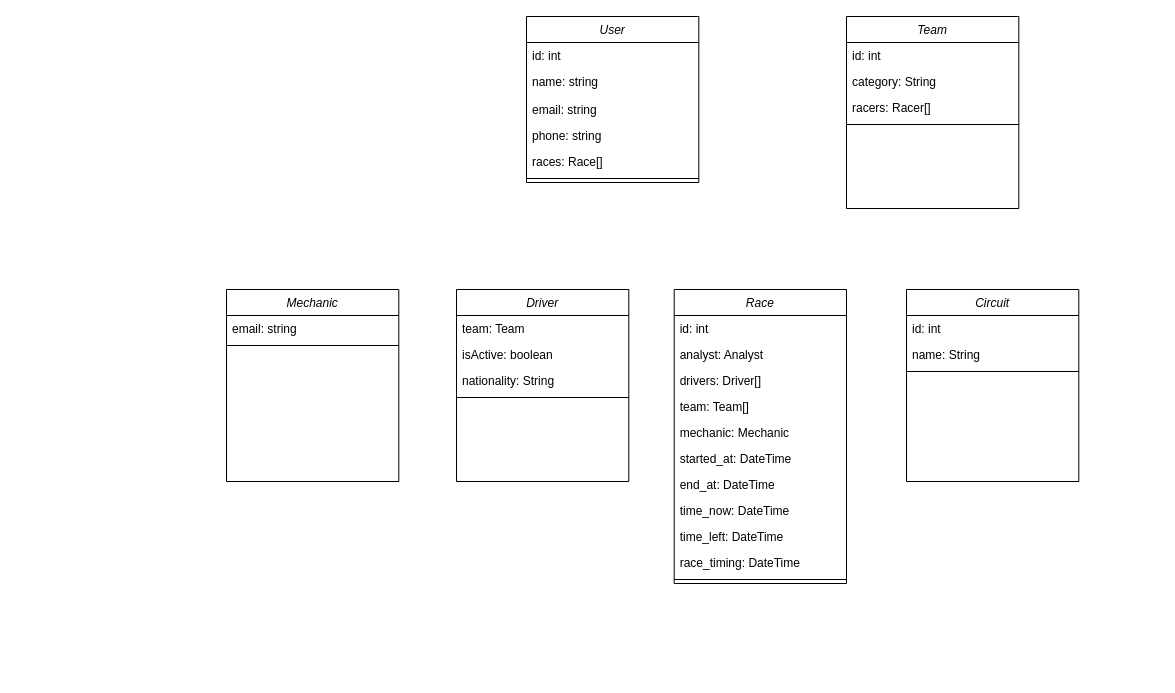
Before: Diagrama-classes-race-engineering.drawio in joeyclapton/puc, a draw.io diagram. Source tidied: cells renumbered, new cells numbered last; positions are measured from the earlier drawing's top-left corner, leaving out a move shared by most shapes. Both pictures are drawn from the tidied source at 100%, with x=0, y=0 at pixel (226, 16).
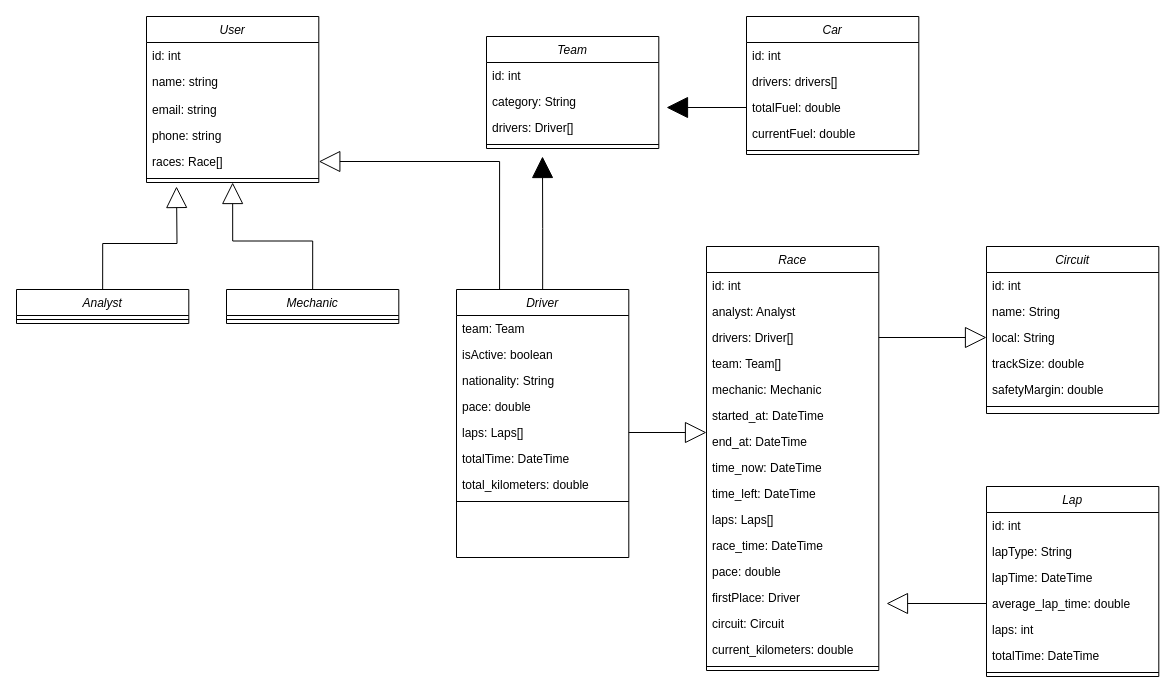
After the change.

The change refers to these unchanged cells:
```xml
<mxCell id="7" value="races: Race[]" style="text;align=left;verticalAlign=top;spacingLeft=4;spacingRight=4;overflow=hidden;points=[[0,0.5],[1,0.5]];portConstraint=eastwest;rounded=0;shadow=0;html=0;" parent="2" vertex="1">
  <mxGeometry y="132" width="172.3" height="26" as="geometry" />
</mxCell>
<mxCell id="20" value="drivers: Driver[]&#10;&#10;" style="text;align=left;verticalAlign=top;spacingLeft=4;spacingRight=4;overflow=hidden;points=[[0,0.5],[1,0.5]];portConstraint=eastwest;rounded=0;shadow=0;html=0;" parent="17" vertex="1">
  <mxGeometry y="78" width="172.3" height="26" as="geometry" />
</mxCell>
<mxCell id="24" value="end_at: DateTime&#10;&#10;" style="text;align=left;verticalAlign=top;spacingLeft=4;spacingRight=4;overflow=hidden;points=[[0,0.5],[1,0.5]];portConstraint=eastwest;rounded=0;shadow=0;html=0;" parent="17" vertex="1">
  <mxGeometry y="182" width="172.3" height="26" as="geometry" />
</mxCell>
```

Diff of the diagram source:
```diff
@@
     <mxCell id="2" value="User" style="swimlane;fontStyle=2;align=center;verticalAlign=top;horizontal=1;startSize=26;rounded=0;shadow=0;strokeWidth=1;" parent="1" vertex="1">
-      <mxGeometry x="300" width="172.3" height="166" as="geometry" />
+      <mxGeometry x="-80" width="172.3" height="166" as="geometry" />
     </mxCell>
@@
+    <mxCell id="38" style="edgeStyle=orthogonalEdgeStyle;rounded=0;jettySize=auto;html=1;exitX=0.5;exitY=0;exitDx=0;exitDy=0;entryX=0.5;entryY=1;entryDx=0;entryDy=0;endArrow=block;endFill=0;endSize=19;" parent="1" edge="1" source="9" target="2">
+      <mxGeometry relative="1" as="geometry" />
+    </mxCell>
     <mxCell id="9" value="Mechanic" style="swimlane;fontStyle=2;align=center;verticalAlign=top;horizontal=1;startSize=26;rounded=0;shadow=0;strokeWidth=1;" parent="1" vertex="1">
-      <mxGeometry y="273" width="172.3" height="192" as="geometry" />
+      <mxGeometry y="273" width="172.3" height="34" as="geometry" />
     </mxCell>
-    <mxCell id="10" value="email: string" style="text;align=left;verticalAlign=top;spacingLeft=4;spacingRight=4;overflow=hidden;rounded=0;shadow=0;html=0;" parent="9" vertex="1">
-      <mxGeometry y="26" width="172.3" height="26" as="geometry" />
-    </mxCell>
     <mxCell id="11" style="line;html=1;strokeWidth=1;align=left;verticalAlign=middle;spacingTop=-1;spacingLeft=3;spacingRight=3;labelPosition=right;" parent="9" vertex="1">
-      <mxGeometry y="52" width="172.3" height="8" as="geometry" />
+      <mxGeometry y="26" width="172.3" height="8" as="geometry" />
     </mxCell>
+    <mxCell id="39" style="edgeStyle=orthogonalEdgeStyle;rounded=0;jettySize=auto;html=1;exitX=0.5;exitY=0;exitDx=0;exitDy=0;endArrow=block;endFill=1;endSize=19;" parent="1" edge="1" source="12">
+      <mxGeometry relative="1" as="geometry">
+        <mxPoint x="316" y="140" as="targetPoint" />
+      </mxGeometry>
+    </mxCell>
+    <mxCell id="40" style="edgeStyle=orthogonalEdgeStyle;rounded=0;jettySize=auto;html=1;exitX=0.25;exitY=0;exitDx=0;exitDy=0;entryX=1;entryY=0.5;entryDx=0;entryDy=0;endArrow=block;endFill=0;endSize=19;" parent="1" edge="1" source="12" target="7">
+      <mxGeometry relative="1" as="geometry" />
+    </mxCell>
     <mxCell id="12" value="Driver" style="swimlane;fontStyle=2;align=center;verticalAlign=top;horizontal=1;startSize=26;rounded=0;shadow=0;strokeWidth=1;" parent="1" vertex="1">
-      <mxGeometry x="230" y="273" width="172.3" height="192" as="geometry" />
+      <mxGeometry x="230" y="273" width="172.3" height="268" as="geometry" />
     </mxCell>
@@
+    <mxCell id="41" value="pace: double" style="text;align=left;verticalAlign=top;spacingLeft=4;spacingRight=4;overflow=hidden;rounded=0;shadow=0;html=0;" parent="12" vertex="1">
+      <mxGeometry y="104" width="172.3" height="26" as="geometry" />
+    </mxCell>
+    <mxCell id="42" value="laps: Laps[]" style="text;align=left;verticalAlign=top;spacingLeft=4;spacingRight=4;overflow=hidden;points=[[0,0.5],[1,0.5]];portConstraint=eastwest;rounded=0;shadow=0;html=0;" parent="12" vertex="1">
+      <mxGeometry y="130" width="172.3" height="26" as="geometry" />
+    </mxCell>
+    <mxCell id="43" value="totalTime: DateTime" style="text;align=left;verticalAlign=top;spacingLeft=4;spacingRight=4;overflow=hidden;rounded=0;shadow=0;html=0;" parent="12" vertex="1">
+      <mxGeometry y="156" width="172.3" height="26" as="geometry" />
+    </mxCell>
+    <mxCell id="44" value="total_kilometers: double" style="text;align=left;verticalAlign=top;spacingLeft=4;spacingRight=4;overflow=hidden;rounded=0;shadow=0;html=0;" parent="12" vertex="1">
+      <mxGeometry y="182" width="172.3" height="26" as="geometry" />
+    </mxCell>
     <mxCell id="16" style="line;html=1;strokeWidth=1;align=left;verticalAlign=middle;spacingTop=-1;spacingLeft=3;spacingRight=3;labelPosition=right;" parent="12" vertex="1">
-      <mxGeometry y="104" width="172.3" height="8" as="geometry" />
+      <mxGeometry y="208" width="172.3" height="8" as="geometry" />
     </mxCell>
     <mxCell id="17" value="Race" style="swimlane;fontStyle=2;align=center;verticalAlign=top;horizontal=1;startSize=26;rounded=0;shadow=0;strokeWidth=1;" parent="1" vertex="1">
-      <mxGeometry x="447.7" y="273" width="172.3" height="294" as="geometry" />
+      <mxGeometry x="480" y="230" width="172.3" height="424" as="geometry" />
     </mxCell>
@@
+    <mxCell id="45" value="laps: Laps[]&#10;" style="text;align=left;verticalAlign=top;spacingLeft=4;spacingRight=4;overflow=hidden;rounded=0;shadow=0;html=0;" parent="17" vertex="1">
+      <mxGeometry y="260" width="172.3" height="26" as="geometry" />
+    </mxCell>
-    <mxCell id="27" value="race_timing: DateTime&#10;&#10;" style="text;align=left;verticalAlign=top;spacingLeft=4;spacingRight=4;overflow=hidden;rounded=0;shadow=0;html=0;" parent="17" vertex="1">
-      <mxGeometry y="260" width="172.3" height="26" as="geometry" />
+    <mxCell id="27" value="race_time: DateTime&#10;&#10;" style="text;align=left;verticalAlign=top;spacingLeft=4;spacingRight=4;overflow=hidden;rounded=0;shadow=0;html=0;" parent="17" vertex="1">
+      <mxGeometry y="286" width="172.3" height="26" as="geometry" />
     </mxCell>
+    <mxCell id="46" value="pace: double" style="text;align=left;verticalAlign=top;spacingLeft=4;spacingRight=4;overflow=hidden;rounded=0;shadow=0;html=0;" parent="17" vertex="1">
+      <mxGeometry y="312" width="172.3" height="26" as="geometry" />
+    </mxCell>
+    <mxCell id="47" value="firstPlace: Driver" style="text;align=left;verticalAlign=top;spacingLeft=4;spacingRight=4;overflow=hidden;rounded=0;shadow=0;html=0;" parent="17" vertex="1">
+      <mxGeometry y="338" width="172.3" height="26" as="geometry" />
+    </mxCell>
+    <mxCell id="48" value="circuit: Circuit" style="text;align=left;verticalAlign=top;spacingLeft=4;spacingRight=4;overflow=hidden;rounded=0;shadow=0;html=0;" parent="17" vertex="1">
+      <mxGeometry y="364" width="172.3" height="26" as="geometry" />
+    </mxCell>
+    <mxCell id="49" value="current_kilometers: double" style="text;align=left;verticalAlign=top;spacingLeft=4;spacingRight=4;overflow=hidden;rounded=0;shadow=0;html=0;" parent="17" vertex="1">
+      <mxGeometry y="390" width="172.3" height="26" as="geometry" />
+    </mxCell>
     <mxCell id="28" style="line;html=1;strokeWidth=1;align=left;verticalAlign=middle;spacingTop=-1;spacingLeft=3;spacingRight=3;labelPosition=right;" parent="17" vertex="1">
-      <mxGeometry y="286" width="172.3" height="8" as="geometry" />
+      <mxGeometry y="416" width="172.3" height="8" as="geometry" />
     </mxCell>
     <mxCell id="29" value="Team" style="swimlane;fontStyle=2;align=center;verticalAlign=top;horizontal=1;startSize=26;rounded=0;shadow=0;strokeWidth=1;" parent="1" vertex="1">
-      <mxGeometry x="620" width="172.3" height="192" as="geometry" />
+      <mxGeometry x="260" y="20" width="172.3" height="112" as="geometry" />
     </mxCell>
@@
-    <mxCell id="32" value="racers: Racer[]&#10;" style="text;align=left;verticalAlign=top;spacingLeft=4;spacingRight=4;overflow=hidden;rounded=0;shadow=0;html=0;" parent="29" vertex="1">
+    <mxCell id="32" value="drivers: Driver[]&#10;" style="text;align=left;verticalAlign=top;spacingLeft=4;spacingRight=4;overflow=hidden;rounded=0;shadow=0;html=0;" parent="29" vertex="1">
       <mxGeometry y="78" width="172.3" height="26" as="geometry" />
     </mxCell>
@@
+    <mxCell id="50" value="Car" style="swimlane;fontStyle=2;align=center;verticalAlign=top;horizontal=1;startSize=26;rounded=0;shadow=0;strokeWidth=1;" parent="1" vertex="1">
+      <mxGeometry x="520" width="172.3" height="138" as="geometry" />
+    </mxCell>
+    <mxCell id="51" value="id: int&#10;" style="text;align=left;verticalAlign=top;spacingLeft=4;spacingRight=4;overflow=hidden;rounded=0;shadow=0;html=0;" parent="50" vertex="1">
+      <mxGeometry y="26" width="172.3" height="26" as="geometry" />
+    </mxCell>
+    <mxCell id="52" value="drivers: drivers[]&#10;" style="text;align=left;verticalAlign=top;spacingLeft=4;spacingRight=4;overflow=hidden;rounded=0;shadow=0;html=0;" parent="50" vertex="1">
+      <mxGeometry y="52" width="172.3" height="26" as="geometry" />
+    </mxCell>
+    <mxCell id="53" style="edgeStyle=orthogonalEdgeStyle;rounded=0;jettySize=auto;html=1;exitX=0;exitY=0.5;exitDx=0;exitDy=0;endArrow=block;endFill=1;endSize=19;" parent="50" edge="1" source="54">
+      <mxGeometry relative="1" as="geometry">
+        <mxPoint x="-80" y="91" as="targetPoint" />
+      </mxGeometry>
+    </mxCell>
+    <mxCell id="54" value="totalFuel: double&#10;" style="text;align=left;verticalAlign=top;spacingLeft=4;spacingRight=4;overflow=hidden;points=[[0,0.5],[1,0.5]];portConstraint=eastwest;rounded=0;shadow=0;html=0;" parent="50" vertex="1">
+      <mxGeometry y="78" width="172.3" height="26" as="geometry" />
+    </mxCell>
+    <mxCell id="55" value="currentFuel: double&#10;" style="text;align=left;verticalAlign=top;spacingLeft=4;spacingRight=4;overflow=hidden;rounded=0;shadow=0;html=0;" parent="50" vertex="1">
+      <mxGeometry y="104" width="172.3" height="26" as="geometry" />
+    </mxCell>
+    <mxCell id="56" style="line;html=1;strokeWidth=1;align=left;verticalAlign=middle;spacingTop=-1;spacingLeft=3;spacingRight=3;labelPosition=right;" parent="50" vertex="1">
+      <mxGeometry y="130" width="172.3" height="8" as="geometry" />
+    </mxCell>
     <mxCell id="34" value="Circuit" style="swimlane;fontStyle=2;align=center;verticalAlign=top;horizontal=1;startSize=26;rounded=0;shadow=0;strokeWidth=1;" parent="1" vertex="1">
-      <mxGeometry x="680" y="273" width="172.3" height="192" as="geometry" />
+      <mxGeometry x="760" y="230" width="172.3" height="167" as="geometry" />
     </mxCell>
@@
+    <mxCell id="57" value="local: String&#10;" style="text;align=left;verticalAlign=top;spacingLeft=4;spacingRight=4;overflow=hidden;points=[[0,0.5],[1,0.5]];portConstraint=eastwest;rounded=0;shadow=0;html=0;" parent="34" vertex="1">
+      <mxGeometry y="78" width="172.3" height="26" as="geometry" />
+    </mxCell>
+    <mxCell id="58" value="trackSize: double&#10;" style="text;align=left;verticalAlign=top;spacingLeft=4;spacingRight=4;overflow=hidden;rounded=0;shadow=0;html=0;" parent="34" vertex="1">
+      <mxGeometry y="104" width="172.3" height="26" as="geometry" />
+    </mxCell>
+    <mxCell id="59" value="safetyMargin: double&#10;" style="text;align=left;verticalAlign=top;spacingLeft=4;spacingRight=4;overflow=hidden;rounded=0;shadow=0;html=0;" parent="34" vertex="1">
+      <mxGeometry y="130" width="172.3" height="26" as="geometry" />
+    </mxCell>
     <mxCell id="37" style="line;html=1;strokeWidth=1;align=left;verticalAlign=middle;spacingTop=-1;spacingLeft=3;spacingRight=3;labelPosition=right;" parent="34" vertex="1">
-      <mxGeometry y="78" width="172.3" height="8" as="geometry" />
+      <mxGeometry y="156" width="172.3" height="8" as="geometry" />
     </mxCell>
+    <mxCell id="60" style="edgeStyle=orthogonalEdgeStyle;rounded=0;jettySize=auto;html=1;exitX=0.5;exitY=0;exitDx=0;exitDy=0;endArrow=block;endFill=0;endSize=19;" parent="1" edge="1" source="61">
+      <mxGeometry relative="1" as="geometry">
+        <mxPoint x="-50" y="170" as="targetPoint" />
+      </mxGeometry>
+    </mxCell>
+    <mxCell id="61" value="Analyst" style="swimlane;fontStyle=2;align=center;verticalAlign=top;horizontal=1;startSize=26;rounded=0;shadow=0;strokeWidth=1;" parent="1" vertex="1">
+      <mxGeometry x="-210" y="273" width="172.3" height="34" as="geometry" />
+    </mxCell>
+    <mxCell id="62" style="line;html=1;strokeWidth=1;align=left;verticalAlign=middle;spacingTop=-1;spacingLeft=3;spacingRight=3;labelPosition=right;" parent="61" vertex="1">
+      <mxGeometry y="26" width="172.3" height="8" as="geometry" />
+    </mxCell>
+    <mxCell id="63" value="Lap" style="swimlane;fontStyle=2;align=center;verticalAlign=top;horizontal=1;startSize=26;rounded=0;shadow=0;strokeWidth=1;" parent="1" vertex="1">
+      <mxGeometry x="760" y="470" width="172.3" height="190" as="geometry" />
+    </mxCell>
+    <mxCell id="64" value="id: int&#10;" style="text;align=left;verticalAlign=top;spacingLeft=4;spacingRight=4;overflow=hidden;rounded=0;shadow=0;html=0;" parent="63" vertex="1">
+      <mxGeometry y="26" width="172.3" height="26" as="geometry" />
+    </mxCell>
+    <mxCell id="65" value="lapType: String&#10;" style="text;align=left;verticalAlign=top;spacingLeft=4;spacingRight=4;overflow=hidden;rounded=0;shadow=0;html=0;" parent="63" vertex="1">
+      <mxGeometry y="52" width="172.3" height="26" as="geometry" />
+    </mxCell>
+    <mxCell id="66" value="lapTime: DateTime&#10;" style="text;align=left;verticalAlign=top;spacingLeft=4;spacingRight=4;overflow=hidden;rounded=0;shadow=0;html=0;" parent="63" vertex="1">
+      <mxGeometry y="78" width="172.3" height="26" as="geometry" />
+    </mxCell>
+    <mxCell id="67" style="edgeStyle=orthogonalEdgeStyle;rounded=0;jettySize=auto;html=1;exitX=0;exitY=0.5;exitDx=0;exitDy=0;endArrow=block;endFill=0;endSize=19;" parent="63" edge="1" source="68">
+      <mxGeometry relative="1" as="geometry">
+        <mxPoint x="-100" y="117" as="targetPoint" />
+      </mxGeometry>
+    </mxCell>
+    <mxCell id="68" value="average_lap_time: double" style="text;align=left;verticalAlign=top;spacingLeft=4;spacingRight=4;overflow=hidden;points=[[0,0.5],[1,0.5]];portConstraint=eastwest;rounded=0;shadow=0;html=0;" parent="63" vertex="1">
+      <mxGeometry y="104" width="172.3" height="26" as="geometry" />
+    </mxCell>
+    <mxCell id="69" value="laps: int" style="text;align=left;verticalAlign=top;spacingLeft=4;spacingRight=4;overflow=hidden;rounded=0;shadow=0;html=0;" parent="63" vertex="1">
+      <mxGeometry y="130" width="172.3" height="26" as="geometry" />
+    </mxCell>
+    <mxCell id="70" value="totalTime: DateTime" style="text;align=left;verticalAlign=top;spacingLeft=4;spacingRight=4;overflow=hidden;rounded=0;shadow=0;html=0;" parent="63" vertex="1">
+      <mxGeometry y="156" width="172.3" height="26" as="geometry" />
+    </mxCell>
+    <mxCell id="71" style="line;html=1;strokeWidth=1;align=left;verticalAlign=middle;spacingTop=-1;spacingLeft=3;spacingRight=3;labelPosition=right;" parent="63" vertex="1">
+      <mxGeometry y="182" width="172.3" height="8" as="geometry" />
+    </mxCell>
+    <mxCell id="72" style="edgeStyle=orthogonalEdgeStyle;rounded=0;jettySize=auto;html=1;exitX=1;exitY=0.5;exitDx=0;exitDy=0;entryX=0;entryY=0.154;entryDx=0;entryDy=0;entryPerimeter=0;endArrow=block;endFill=0;endSize=19;" parent="1" edge="1" source="42" target="24">
+      <mxGeometry relative="1" as="geometry" />
+    </mxCell>
+    <mxCell id="73" style="edgeStyle=orthogonalEdgeStyle;rounded=0;jettySize=auto;html=1;exitX=1;exitY=0.5;exitDx=0;exitDy=0;entryX=0;entryY=0.5;entryDx=0;entryDy=0;endArrow=block;endFill=0;endSize=19;" parent="1" edge="1" source="20" target="57">
+      <mxGeometry relative="1" as="geometry" />
+    </mxCell>
```
